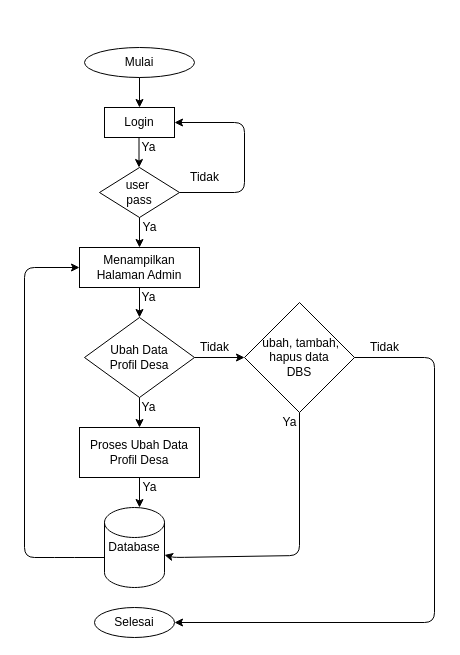
Above: Untitled Diagram.drawio in destiaarinihairunnisa/ProgramAntrian (draw.io), before the change. Source tidied: cells renumbered, new cells numbered last; positions are measured from the earlier drawing's top-left corner, leaving out a move shared by most shapes. Both pictures are drawn from the tidied source at 100%, with x=0, y=0 at pixel (24, 47).
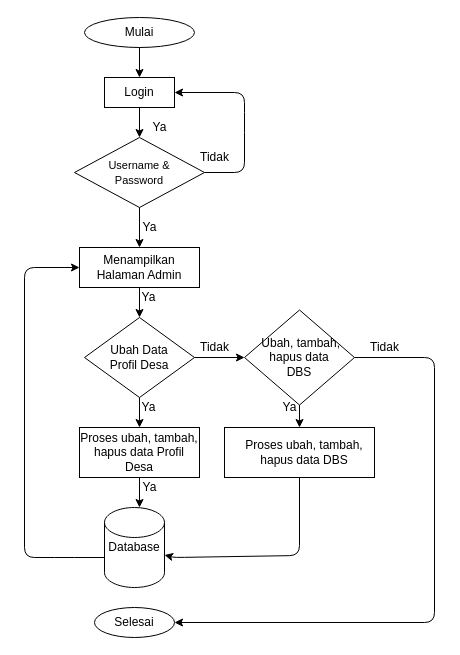
Above is the later version.

Unchanged cells that the change refers to:
```xml
<mxCell id="14" value="Database" style="shape=cylinder2;whiteSpace=wrap;html=1;boundedLbl=1;backgroundOutline=1;size=15;" parent="1" vertex="1">
  <mxGeometry x="80" y="460" width="60" height="80" as="geometry" />
</mxCell>
```

The edit, as a diff of the source:
```diff
@@
     <mxCell id="2" value="Mulai" style="ellipse;whiteSpace=wrap;html=1;" parent="1" vertex="1">
-      <mxGeometry x="60" width="110" height="30" as="geometry" />
+      <mxGeometry x="60" y="-30" width="110" height="30" as="geometry" />
     </mxCell>
     <mxCell id="3" style="endArrow=classic;html=1;exitX=0.5;exitY=1;exitDx=0;exitDy=0;" parent="1" edge="1" source="2">
       <mxGeometry relative="1" as="geometry">
-        <mxPoint x="115" y="60" as="targetPoint" />
+        <mxPoint x="115" y="30" as="targetPoint" />
       </mxGeometry>
     </mxCell>
     <mxCell id="4" value="Login" style="rounded=0;whiteSpace=wrap;html=1;" parent="1" vertex="1">
-      <mxGeometry x="80" y="60" width="70" height="30" as="geometry" />
+      <mxGeometry x="80" y="30" width="70" height="30" as="geometry" />
     </mxCell>
-    <mxCell id="5" value="user&amp;nbsp;&lt;br&gt;pass" style="rhombus;whiteSpace=wrap;html=1;" parent="1" vertex="1">
-      <mxGeometry x="75" y="120" width="80" height="50" as="geometry" />
+    <mxCell id="5" value="&lt;font style=&quot;font-size: 11px&quot;&gt;Username &amp;amp; &lt;br&gt;Password&lt;/font&gt;" style="rhombus;whiteSpace=wrap;html=1;" parent="1" vertex="1">
+      <mxGeometry x="50" y="90" width="130" height="70" as="geometry" />
     </mxCell>
-    <mxCell id="6" style="endArrow=classic;html=1;" parent="1" edge="1">
-      <mxGeometry relative="1" as="geometry">
-        <mxPoint x="114.5" y="90" as="sourcePoint" />
-        <mxPoint x="114.5" y="120" as="targetPoint" />
-      </mxGeometry>
-    </mxCell>
@@
-    <mxCell id="12" value="Proses Ubah Data Profil Desa" style="rounded=0;whiteSpace=wrap;html=1;" parent="1" vertex="1">
+    <mxCell id="12" value="Proses ubah, tambah, hapus data Profil Desa" style="rounded=0;whiteSpace=wrap;html=1;" parent="1" vertex="1">
       <mxGeometry x="55" y="380" width="120" height="50" as="geometry" />
     </mxCell>
@@
-    <mxCell id="16" value="&amp;nbsp;ubah, tambah, hapus data &lt;br&gt;DBS" style="rhombus;whiteSpace=wrap;html=1;" parent="1" vertex="1">
-      <mxGeometry x="220" y="255" width="110" height="110" as="geometry" />
+    <mxCell id="16" value="&amp;nbsp;Ubah, tambah, hapus data &lt;br&gt;DBS" style="rhombus;whiteSpace=wrap;html=1;" parent="1" vertex="1">
+      <mxGeometry x="220" y="262.5" width="110" height="95" as="geometry" />
     </mxCell>
-    <mxCell id="17" style="endArrow=classic;html=1;entryX=1;entryY=0.5;entryDx=0;entryDy=0;exitX=1;exitY=0.5;exitDx=0;exitDy=0;" parent="1" edge="1" source="5" target="4">
+    <mxCell id="17" style="endArrow=classic;html=1;entryX=1;entryY=0.5;entryDx=0;entryDy=0;" parent="1" edge="1" source="5" target="4">
       <mxGeometry relative="1" as="geometry">
         <Array as="points">
-          <mxPoint x="220" y="145" />
+          <mxPoint x="220" y="125" />
           <mxPoint x="220" y="75" />
+          <mxPoint x="220" y="45" />
         </Array>
       </mxGeometry>
     </mxCell>
@@
-    <mxCell id="19" style="endArrow=classic;html=1;exitX=0.5;exitY=1;exitDx=0;exitDy=0;" parent="1" edge="1" source="16" target="14">
+    <mxCell id="19" style="endArrow=classic;html=1;exitX=0.5;exitY=1;exitDx=0;exitDy=0;" parent="1" edge="1" source="32" target="14">
       <mxGeometry relative="1" as="geometry">
         <Array as="points">
           <mxPoint x="275" y="508" />
           <mxPoint x="150" y="510" />
         </Array>
       </mxGeometry>
     </mxCell>
@@
     <mxCell id="22" value="Ya" style="text;html=1;align=center;verticalAlign=middle;" parent="1" vertex="1">
-      <mxGeometry x="109" y="90" width="30" height="20" as="geometry" />
+      <mxGeometry x="120" y="70" width="30" height="20" as="geometry" />
     </mxCell>
     <mxCell id="23" value="Tidak" style="text;html=1;align=center;verticalAlign=middle;" parent="1" vertex="1">
-      <mxGeometry x="160" y="120" width="40" height="20" as="geometry" />
+      <mxGeometry x="170" y="100" width="40" height="20" as="geometry" />
     </mxCell>
@@
     <mxCell id="28" value="Ya" style="text;html=1;align=center;verticalAlign=middle;" parent="1" vertex="1">
-      <mxGeometry x="250" y="365" width="30" height="20" as="geometry" />
+      <mxGeometry x="250" y="350" width="30" height="20" as="geometry" />
     </mxCell>
@@
+    <mxCell id="31" style="endArrow=classic;html=1;exitX=0.5;exitY=1;exitDx=0;exitDy=0;" parent="1" edge="1" source="4" target="5">
+      <mxGeometry relative="1" as="geometry" />
+    </mxCell>
+    <mxCell id="32" style="rounded=0;whiteSpace=wrap;html=1;" parent="1" vertex="1">
+      <mxGeometry x="200" y="380" width="150" height="50" as="geometry" />
+    </mxCell>
+    <mxCell id="33" value="Proses ubah, tambah, hapus data DBS" style="text;html=1;strokeColor=none;fillColor=none;align=center;verticalAlign=middle;whiteSpace=wrap;rounded=0;" parent="1" vertex="1">
+      <mxGeometry x="210" y="395" width="140" height="20" as="geometry" />
+    </mxCell>
+    <mxCell id="34" style="endArrow=classic;html=1;exitX=0.5;exitY=1;exitDx=0;exitDy=0;entryX=0.5;entryY=0;entryDx=0;entryDy=0;" parent="1" edge="1" source="16" target="32">
+      <mxGeometry relative="1" as="geometry" />
+    </mxCell>
```
